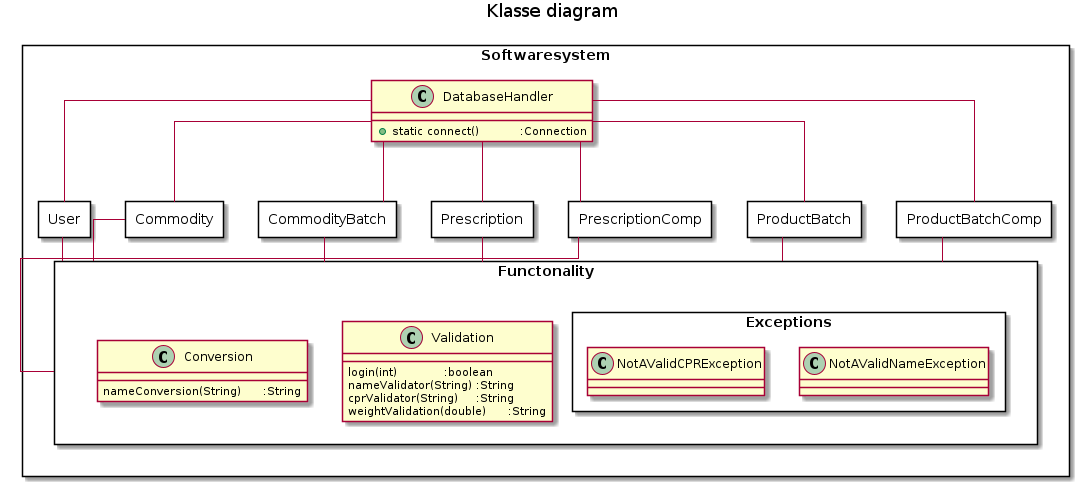
Earlier version of the PlantUML export UML/class/classoverview.png (GRP25/CDIO_Final). Its diagram source:
```plantuml
@startuml
skinparam linetype ortho
title Klasse diagram
rectangle "Softwaresystem" {

    rectangle "User" as usr{
    }
    rectangle "Commodity" as com{
    }
    rectangle "CommodityBatch" as cob{
    }
    rectangle "Prescription" as pre {
    }
    rectangle "PrescriptionComp" as prc{
    }
    rectangle "ProductBatch" as pro {
    }
    rectangle "ProductBatchComp" as prb{
    }
    class "DatabaseHandler" as dbhdlr {
        + static connect()\t\t:Connection
    }

    rectangle "Functonality" as fun {
        class "Validation" as valida {
            login(int)\t\t:boolean
            nameValidator(String)\t:String
            cprValidator(String)\t:String
            weightValidation(double)\t:String
        }
        class "Conversion" as conver {
            nameConversion(String)\t:String
        }
        rectangle "Exceptions" as exe {
            class "NotAValidNameException" as exenam
            class "NotAValidCPRException" as execpr
        }
    }
}


usr -u- fun
com -u- fun
cob -u- fun
pre -u- fun
prc -u- fun
pro -u- fun
prb -u- fun

usr -u- dbhdlr
com -u- dbhdlr
cob -u- dbhdlr
pre -u- dbhdlr
prc -u- dbhdlr
pro -u- dbhdlr
prb -u- dbhdlr
@enduml
```
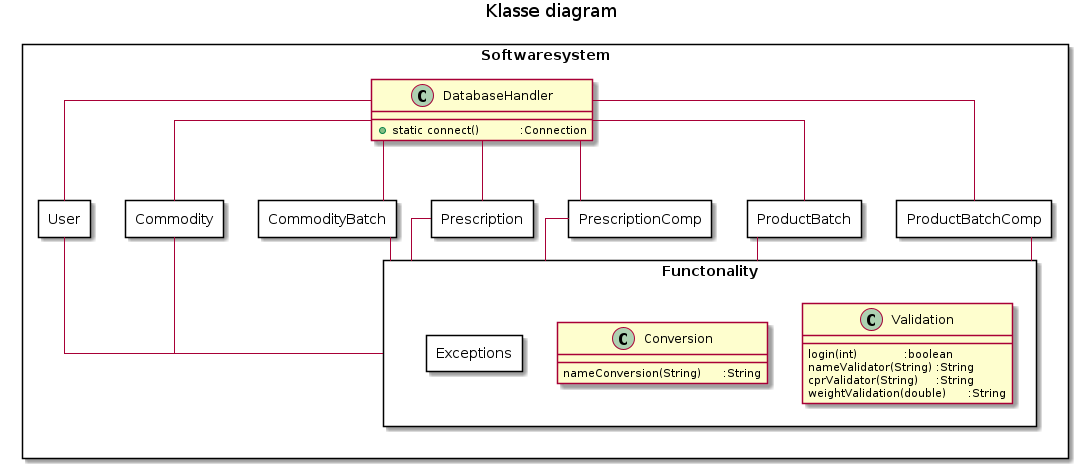
The same file after the commit.

Diff of the diagram source:
```diff
@@ -32,8 +32,6 @@
             nameConversion(String)\t:String
         }
         rectangle "Exceptions" as exe {
-            class "NotAValidNameException" as exenam
-            class "NotAValidCPRException" as execpr
         }
     }
 }
```
